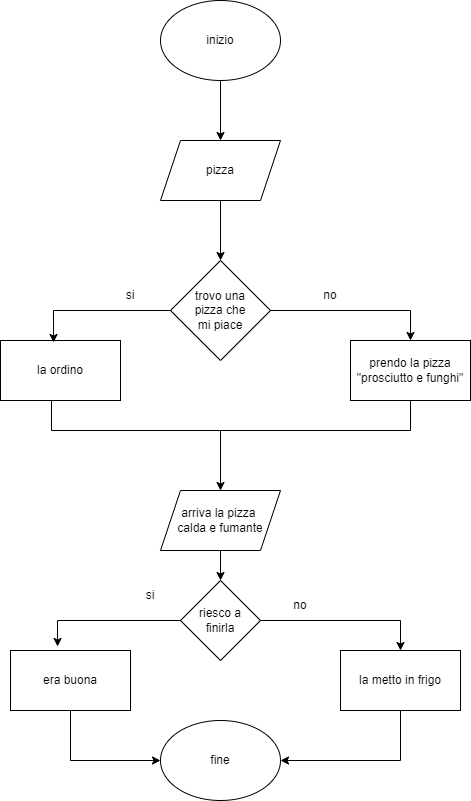
This is Diagramma/es_gruppo_6.drawio.png from Huntney1/human-code, a draw.io export, as it was before one commit. Source tidied: cells renumbered, new cells last; positions are measured from the earlier drawing's top-left corner, leaving out a move shared by most shapes. Its diagram source:
```xml
<mxGraphModel>
  <root>
    <mxCell id="0" />
    <mxCell id="1" parent="0" />
    <mxCell id="2" style="ellipse;whiteSpace=wrap;html=1;" parent="1" vertex="1">
      <mxGeometry x="160" width="120" height="80" as="geometry" />
    </mxCell>
    <mxCell id="3" value="inizio" style="text;html=1;strokeColor=none;fillColor=none;align=center;verticalAlign=middle;whiteSpace=wrap;rounded=0;" parent="1" vertex="1">
      <mxGeometry x="190" y="25" width="60" height="30" as="geometry" />
    </mxCell>
    <mxCell id="4" style="endArrow=classic;html=1;rounded=0;exitX=0.5;exitY=1;exitDx=0;exitDy=0;entryX=0.5;entryY=0;entryDx=0;entryDy=0;" parent="1" edge="1" source="2">
      <mxGeometry relative="1" as="geometry">
        <mxPoint x="220" y="140" as="targetPoint" />
      </mxGeometry>
    </mxCell>
    <mxCell id="5" value="pizza" style="text;html=1;strokeColor=none;fillColor=none;align=center;verticalAlign=middle;whiteSpace=wrap;rounded=0;" parent="1" vertex="1">
      <mxGeometry x="190" y="155" width="60" height="30" as="geometry" />
    </mxCell>
    <mxCell id="6" style="rhombus;whiteSpace=wrap;html=1;" parent="1" vertex="1">
      <mxGeometry x="170" y="260" width="100" height="100" as="geometry" />
    </mxCell>
    <mxCell id="7" style="endArrow=classic;html=1;rounded=0;exitX=0.5;exitY=1;exitDx=0;exitDy=0;entryX=0.5;entryY=0;entryDx=0;entryDy=0;" parent="1" edge="1" target="6">
      <mxGeometry relative="1" as="geometry">
        <mxPoint x="220" y="200" as="sourcePoint" />
      </mxGeometry>
    </mxCell>
    <mxCell id="8" value="trovo una pizza che mi piace" style="text;html=1;strokeColor=none;fillColor=none;align=center;verticalAlign=middle;whiteSpace=wrap;rounded=0;" parent="1" vertex="1">
      <mxGeometry x="190" y="295" width="60" height="30" as="geometry" />
    </mxCell>
    <mxCell id="9" value="pizza" style="shape=parallelogram;perimeter=parallelogramPerimeter;whiteSpace=wrap;html=1;fixedSize=1;" parent="1" vertex="1">
      <mxGeometry x="160" y="140" width="120" height="60" as="geometry" />
    </mxCell>
    <mxCell id="10" value="prendo la pizza &quot;prosciutto e funghi&quot;" style="rounded=0;whiteSpace=wrap;html=1;" parent="1" vertex="1">
      <mxGeometry x="350" y="340" width="120" height="60" as="geometry" />
    </mxCell>
    <mxCell id="11" value="arriva la pizza&amp;nbsp;&lt;br&gt;calda e fumante" style="shape=parallelogram;perimeter=parallelogramPerimeter;whiteSpace=wrap;html=1;fixedSize=1;" parent="1" vertex="1">
      <mxGeometry x="160" y="490" width="120" height="60" as="geometry" />
    </mxCell>
    <mxCell id="12" style="endArrow=classic;html=1;rounded=0;entryX=0.5;entryY=0;entryDx=0;entryDy=0;" parent="1" edge="1" target="10">
      <mxGeometry relative="1" as="geometry">
        <mxPoint x="410" y="310" as="sourcePoint" />
      </mxGeometry>
    </mxCell>
    <mxCell id="13" style="endArrow=none;html=1;rounded=0;exitX=1;exitY=0.5;exitDx=0;exitDy=0;" parent="1" edge="1" source="6">
      <mxGeometry relative="1" as="geometry">
        <mxPoint x="410" y="310" as="targetPoint" />
      </mxGeometry>
    </mxCell>
    <mxCell id="14" style="endArrow=classic;html=1;rounded=0;entryX=0.5;entryY=0;entryDx=0;entryDy=0;" parent="1" edge="1" target="11">
      <mxGeometry relative="1" as="geometry">
        <mxPoint x="410" y="430" as="sourcePoint" />
        <Array as="points">
          <mxPoint x="220" y="430" />
        </Array>
      </mxGeometry>
    </mxCell>
    <mxCell id="15" style="endArrow=none;html=1;rounded=0;exitX=0.5;exitY=1;exitDx=0;exitDy=0;" parent="1" edge="1" source="10">
      <mxGeometry relative="1" as="geometry">
        <mxPoint x="410" y="430" as="targetPoint" />
      </mxGeometry>
    </mxCell>
    <mxCell id="16" value="si" style="text;html=1;strokeColor=none;fillColor=none;align=center;verticalAlign=middle;whiteSpace=wrap;rounded=0;" parent="1" vertex="1">
      <mxGeometry x="100" y="280" width="60" height="30" as="geometry" />
    </mxCell>
    <mxCell id="17" value="no" style="text;html=1;strokeColor=none;fillColor=none;align=center;verticalAlign=middle;whiteSpace=wrap;rounded=0;" parent="1" vertex="1">
      <mxGeometry x="300" y="280" width="60" height="30" as="geometry" />
    </mxCell>
    <mxCell id="18" value="riesco a&lt;br&gt;finirla" style="rhombus;whiteSpace=wrap;html=1;" parent="1" vertex="1">
      <mxGeometry x="180" y="580" width="80" height="80" as="geometry" />
    </mxCell>
    <mxCell id="19" style="endArrow=classic;html=1;rounded=0;exitX=0.5;exitY=1;exitDx=0;exitDy=0;" parent="1" edge="1" source="11" target="18">
      <mxGeometry relative="1" as="geometry" />
    </mxCell>
    <mxCell id="20" value="fine" style="ellipse;whiteSpace=wrap;html=1;" parent="1" vertex="1">
      <mxGeometry x="160" y="720" width="120" height="80" as="geometry" />
    </mxCell>
    <mxCell id="21" value="la metto in frigo" style="rounded=0;whiteSpace=wrap;html=1;" parent="1" vertex="1">
      <mxGeometry x="340" y="650" width="120" height="60" as="geometry" />
    </mxCell>
    <mxCell id="22" style="endArrow=none;html=1;rounded=0;exitX=1;exitY=0.5;exitDx=0;exitDy=0;" parent="1" edge="1" source="18">
      <mxGeometry relative="1" as="geometry">
        <mxPoint x="400" y="620" as="targetPoint" />
      </mxGeometry>
    </mxCell>
    <mxCell id="23" style="endArrow=classic;html=1;rounded=0;entryX=0.5;entryY=0;entryDx=0;entryDy=0;" parent="1" edge="1" target="21">
      <mxGeometry relative="1" as="geometry">
        <mxPoint x="400" y="620" as="sourcePoint" />
      </mxGeometry>
    </mxCell>
    <mxCell id="24" style="endArrow=none;html=1;rounded=0;entryX=0.5;entryY=1;entryDx=0;entryDy=0;" parent="1" edge="1" target="21">
      <mxGeometry relative="1" as="geometry">
        <mxPoint x="400" y="760" as="sourcePoint" />
      </mxGeometry>
    </mxCell>
    <mxCell id="25" style="endArrow=classic;html=1;rounded=0;entryX=1;entryY=0.5;entryDx=0;entryDy=0;" parent="1" edge="1" target="20">
      <mxGeometry relative="1" as="geometry">
        <mxPoint x="400" y="760" as="sourcePoint" />
      </mxGeometry>
    </mxCell>
    <mxCell id="26" value="si" style="text;html=1;strokeColor=none;fillColor=none;align=center;verticalAlign=middle;whiteSpace=wrap;rounded=0;" parent="1" vertex="1">
      <mxGeometry x="120" y="580" width="60" height="30" as="geometry" />
    </mxCell>
    <mxCell id="27" value="la ordino" style="rounded=0;whiteSpace=wrap;html=1;" parent="1" vertex="1">
      <mxGeometry y="340" width="120" height="60" as="geometry" />
    </mxCell>
    <mxCell id="28" style="endArrow=classic;html=1;rounded=0;exitX=0;exitY=0.5;exitDx=0;exitDy=0;entryX=0.442;entryY=0.033;entryDx=0;entryDy=0;entryPerimeter=0;" parent="1" edge="1" source="6" target="27">
      <mxGeometry relative="1" as="geometry">
        <Array as="points">
          <mxPoint x="53" y="310" />
        </Array>
      </mxGeometry>
    </mxCell>
    <mxCell id="29" style="endArrow=none;html=1;rounded=0;entryX=0.425;entryY=1;entryDx=0;entryDy=0;entryPerimeter=0;" parent="1" edge="1" target="27">
      <mxGeometry relative="1" as="geometry">
        <mxPoint x="220" y="430" as="sourcePoint" />
        <Array as="points">
          <mxPoint x="51" y="430" />
        </Array>
      </mxGeometry>
    </mxCell>
    <mxCell id="30" value="no" style="text;html=1;strokeColor=none;fillColor=none;align=center;verticalAlign=middle;whiteSpace=wrap;rounded=0;" parent="1" vertex="1">
      <mxGeometry x="270" y="590" width="60" height="30" as="geometry" />
    </mxCell>
    <mxCell id="31" value="era buona" style="rounded=0;whiteSpace=wrap;html=1;" parent="1" vertex="1">
      <mxGeometry x="10" y="650" width="120" height="60" as="geometry" />
    </mxCell>
    <mxCell id="32" style="endArrow=classic;html=1;rounded=0;exitX=0;exitY=0.5;exitDx=0;exitDy=0;entryX=0.392;entryY=-0.067;entryDx=0;entryDy=0;entryPerimeter=0;" parent="1" edge="1" source="18" target="31">
      <mxGeometry relative="1" as="geometry">
        <Array as="points">
          <mxPoint x="57" y="620" />
        </Array>
      </mxGeometry>
    </mxCell>
    <mxCell id="33" style="endArrow=classic;html=1;rounded=0;exitX=0.5;exitY=1;exitDx=0;exitDy=0;entryX=0;entryY=0.5;entryDx=0;entryDy=0;" parent="1" edge="1" source="31" target="20">
      <mxGeometry relative="1" as="geometry">
        <Array as="points">
          <mxPoint x="70" y="760" />
        </Array>
      </mxGeometry>
    </mxCell>
  </root>
</mxGraphModel>
```
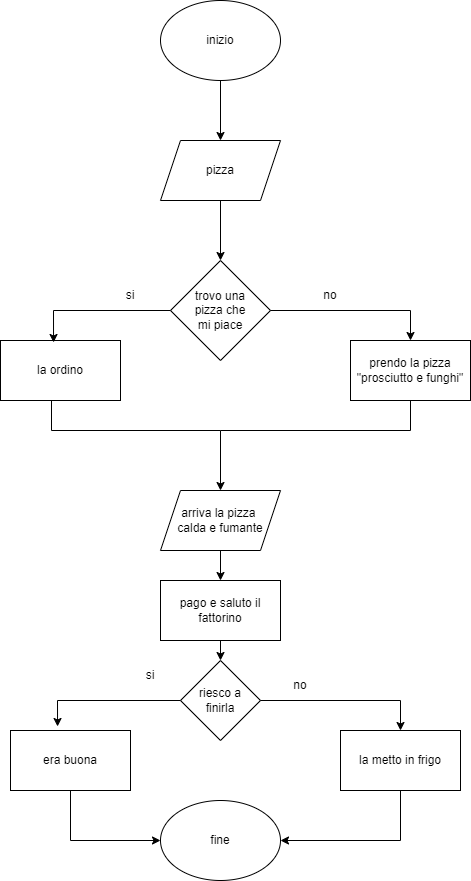
After the commit.

Diff of the diagram source:
```diff
@@ -66,39 +66,36 @@
       <mxGeometry x="300" y="280" width="60" height="30" as="geometry" />
     </mxCell>
     <mxCell id="18" value="riesco a&lt;br&gt;finirla" style="rhombus;whiteSpace=wrap;html=1;" parent="1" vertex="1">
-      <mxGeometry x="180" y="580" width="80" height="80" as="geometry" />
+      <mxGeometry x="180" y="660" width="80" height="80" as="geometry" />
     </mxCell>
-    <mxCell id="19" style="endArrow=classic;html=1;rounded=0;exitX=0.5;exitY=1;exitDx=0;exitDy=0;" parent="1" edge="1" source="11" target="18">
-      <mxGeometry relative="1" as="geometry" />
-    </mxCell>
     <mxCell id="20" value="fine" style="ellipse;whiteSpace=wrap;html=1;" parent="1" vertex="1">
-      <mxGeometry x="160" y="720" width="120" height="80" as="geometry" />
+      <mxGeometry x="160" y="800" width="120" height="80" as="geometry" />
     </mxCell>
     <mxCell id="21" value="la metto in frigo" style="rounded=0;whiteSpace=wrap;html=1;" parent="1" vertex="1">
-      <mxGeometry x="340" y="650" width="120" height="60" as="geometry" />
+      <mxGeometry x="340" y="730" width="120" height="60" as="geometry" />
     </mxCell>
     <mxCell id="22" style="endArrow=none;html=1;rounded=0;exitX=1;exitY=0.5;exitDx=0;exitDy=0;" parent="1" edge="1" source="18">
       <mxGeometry relative="1" as="geometry">
-        <mxPoint x="400" y="620" as="targetPoint" />
+        <mxPoint x="400" y="700" as="targetPoint" />
       </mxGeometry>
     </mxCell>
     <mxCell id="23" style="endArrow=classic;html=1;rounded=0;entryX=0.5;entryY=0;entryDx=0;entryDy=0;" parent="1" edge="1" target="21">
       <mxGeometry relative="1" as="geometry">
-        <mxPoint x="400" y="620" as="sourcePoint" />
+        <mxPoint x="400" y="700" as="sourcePoint" />
       </mxGeometry>
     </mxCell>
     <mxCell id="24" style="endArrow=none;html=1;rounded=0;entryX=0.5;entryY=1;entryDx=0;entryDy=0;" parent="1" edge="1" target="21">
       <mxGeometry relative="1" as="geometry">
-        <mxPoint x="400" y="760" as="sourcePoint" />
+        <mxPoint x="400" y="840" as="sourcePoint" />
       </mxGeometry>
     </mxCell>
     <mxCell id="25" style="endArrow=classic;html=1;rounded=0;entryX=1;entryY=0.5;entryDx=0;entryDy=0;" parent="1" edge="1" target="20">
       <mxGeometry relative="1" as="geometry">
-        <mxPoint x="400" y="760" as="sourcePoint" />
+        <mxPoint x="400" y="840" as="sourcePoint" />
       </mxGeometry>
     </mxCell>
     <mxCell id="26" value="si" style="text;html=1;strokeColor=none;fillColor=none;align=center;verticalAlign=middle;whiteSpace=wrap;rounded=0;" parent="1" vertex="1">
-      <mxGeometry x="120" y="580" width="60" height="30" as="geometry" />
+      <mxGeometry x="120" y="660" width="60" height="30" as="geometry" />
     </mxCell>
     <mxCell id="27" value="la ordino" style="rounded=0;whiteSpace=wrap;html=1;" parent="1" vertex="1">
       <mxGeometry y="340" width="120" height="60" as="geometry" />
@@ -119,24 +116,33 @@
       </mxGeometry>
     </mxCell>
     <mxCell id="30" value="no" style="text;html=1;strokeColor=none;fillColor=none;align=center;verticalAlign=middle;whiteSpace=wrap;rounded=0;" parent="1" vertex="1">
-      <mxGeometry x="270" y="590" width="60" height="30" as="geometry" />
+      <mxGeometry x="270" y="670" width="60" height="30" as="geometry" />
     </mxCell>
     <mxCell id="31" value="era buona" style="rounded=0;whiteSpace=wrap;html=1;" parent="1" vertex="1">
-      <mxGeometry x="10" y="650" width="120" height="60" as="geometry" />
+      <mxGeometry x="10" y="730" width="120" height="60" as="geometry" />
     </mxCell>
     <mxCell id="32" style="endArrow=classic;html=1;rounded=0;exitX=0;exitY=0.5;exitDx=0;exitDy=0;entryX=0.392;entryY=-0.067;entryDx=0;entryDy=0;entryPerimeter=0;" parent="1" edge="1" source="18" target="31">
       <mxGeometry relative="1" as="geometry">
         <Array as="points">
-          <mxPoint x="57" y="620" />
+          <mxPoint x="57" y="700" />
         </Array>
       </mxGeometry>
     </mxCell>
     <mxCell id="33" style="endArrow=classic;html=1;rounded=0;exitX=0.5;exitY=1;exitDx=0;exitDy=0;entryX=0;entryY=0.5;entryDx=0;entryDy=0;" parent="1" edge="1" source="31" target="20">
       <mxGeometry relative="1" as="geometry">
         <Array as="points">
-          <mxPoint x="70" y="760" />
+          <mxPoint x="70" y="840" />
         </Array>
       </mxGeometry>
     </mxCell>
+    <mxCell id="34" value="pago e saluto il&lt;br&gt;fattorino" style="rounded=0;whiteSpace=wrap;html=1;" parent="1" vertex="1">
+      <mxGeometry x="160" y="580" width="120" height="60" as="geometry" />
+    </mxCell>
+    <mxCell id="35" style="endArrow=classic;html=1;rounded=0;exitX=0.5;exitY=1;exitDx=0;exitDy=0;entryX=0.5;entryY=0;entryDx=0;entryDy=0;" parent="1" edge="1" source="11" target="34">
+      <mxGeometry relative="1" as="geometry" />
+    </mxCell>
+    <mxCell id="36" style="endArrow=classic;html=1;rounded=0;exitX=0.5;exitY=1;exitDx=0;exitDy=0;entryX=0.5;entryY=0;entryDx=0;entryDy=0;" parent="1" edge="1" source="34" target="18">
+      <mxGeometry relative="1" as="geometry" />
+    </mxCell>
   </root>
 </mxGraphModel>
```
